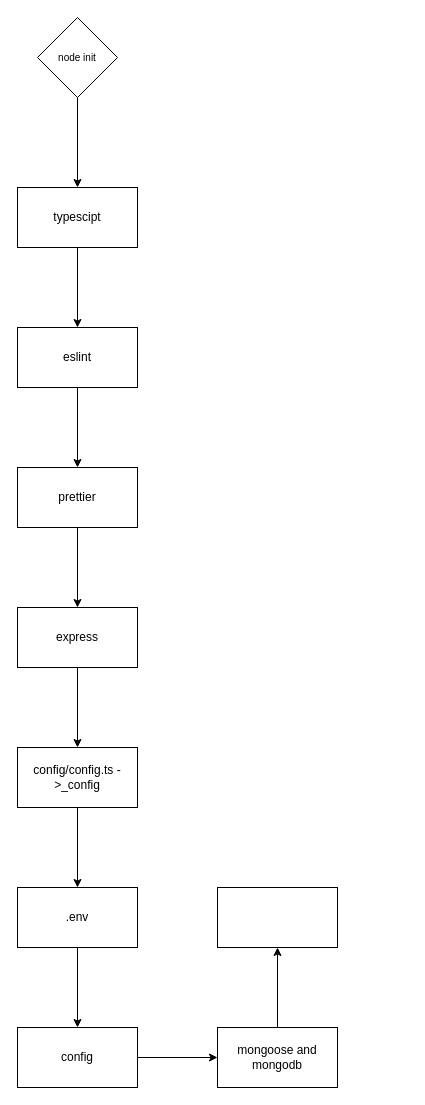
KhushiCode14/ApiLearn keeps this draw.io diagram as learn.drawio. Above is the earlier version. Source tidied: cells renumbered, new cells numbered last; positions are measured from the earlier drawing's top-left corner, leaving out a move shared by most shapes. Both pictures are drawn from the tidied source at 100%, with x=0, y=0 at pixel (17, 17).
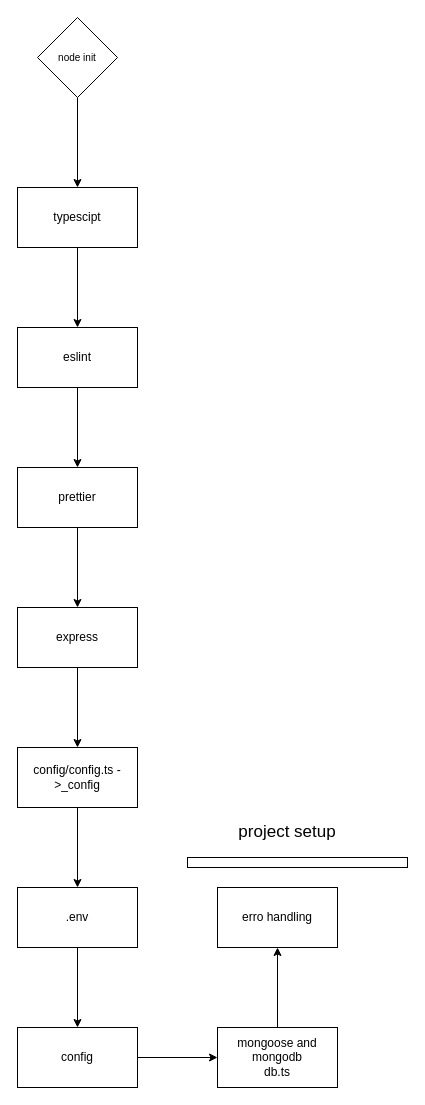
After the change.

What changed in the source:
```diff
@@
-    <mxCell id="19" value="mongoose and mongodb" style="whiteSpace=wrap;html=1;" parent="1" vertex="1">
+    <mxCell id="19" value="mongoose and mongodb&lt;br&gt;db.ts" style="whiteSpace=wrap;html=1;" parent="1" vertex="1">
       <mxGeometry x="200" y="1010" width="120" height="60" as="geometry" />
     </mxCell>
-    <mxCell id="20" style="whiteSpace=wrap;html=1;" parent="1" vertex="1">
+    <mxCell id="20" value="erro handling" style="whiteSpace=wrap;html=1;" parent="1" vertex="1">
       <mxGeometry x="200" y="870" width="120" height="60" as="geometry" />
     </mxCell>
+    <mxCell id="21" style="rounded=0;whiteSpace=wrap;html=1;fontSize=13;" parent="1" vertex="1">
+      <mxGeometry x="170" y="840" width="220" height="10" as="geometry" />
+    </mxCell>
+    <mxCell id="22" value="&lt;font style=&quot;font-size: 17px;&quot;&gt;project setup&lt;/font&gt;" style="text;strokeColor=none;align=center;fillColor=none;html=1;verticalAlign=middle;whiteSpace=wrap;rounded=0;fontSize=13;" parent="1" vertex="1">
+      <mxGeometry x="210" y="800" width="120" height="30" as="geometry" />
+    </mxCell>
```
